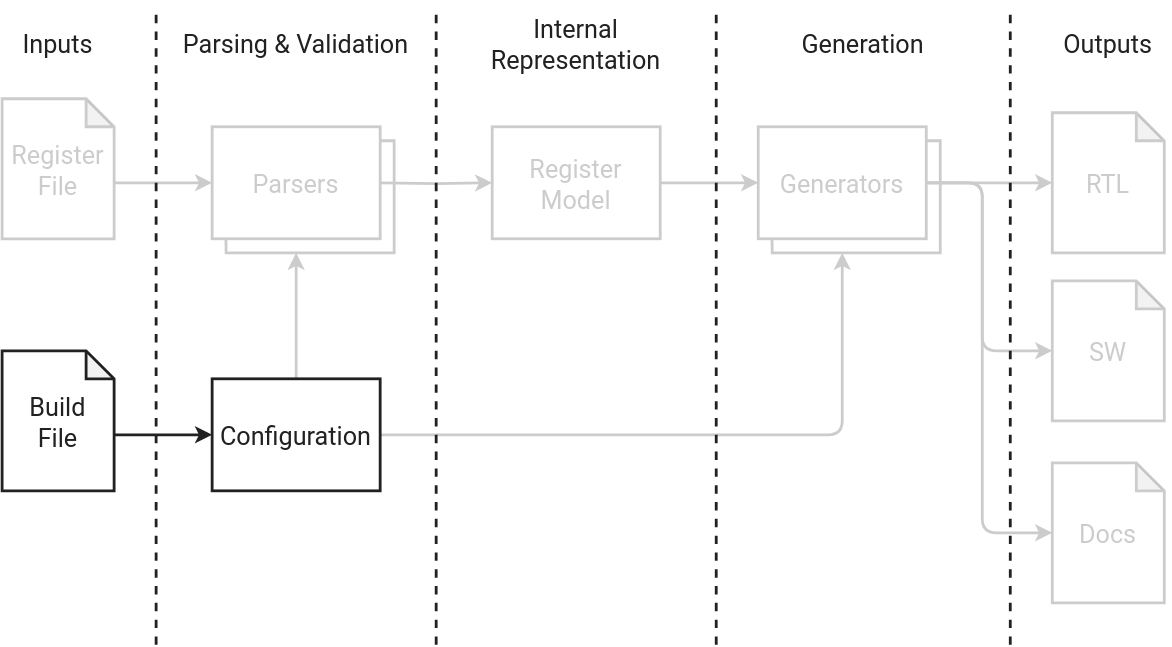
Before: dev/assets/images/flow-build-specification.drawio.svg, a diagram exported from draw.io (corsair-csr/corsair-csr). Source tidied: cells renumbered, new cells last; positions are measured from the earlier drawing's top-left corner, leaving out a move shared by most shapes.
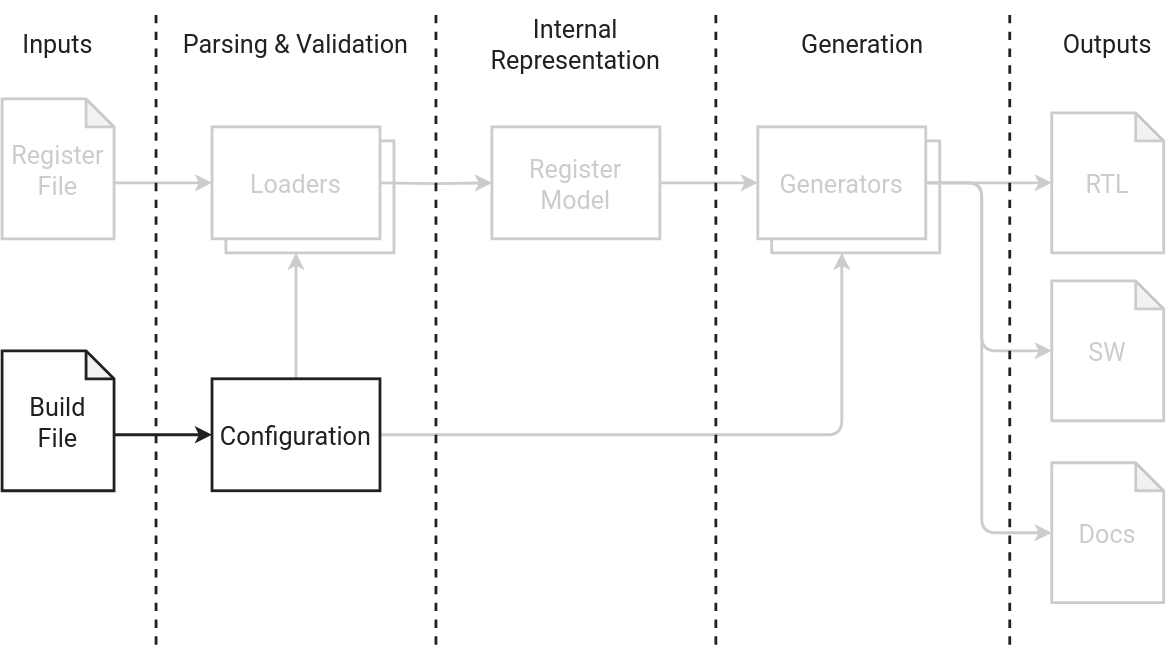
After the commit.

Change to the diagram source:
```diff
@@ -129,7 +129,7 @@
     <mxCell id="28" style="group;rounded=0;shadow=0;strokeColor=none;strokeWidth=2;align=center;verticalAlign=middle;fontFamily=Roboto;fontSource=https%3A%2F%2Ffonts.googleapis.com%2Fcss%3Ffamily%3DRoboto;fontSize=18;fontColor=#212121;fontStyle=0;fillColor=none;" parent="1" vertex="1">
       <mxGeometry x="150" y="90" width="130" height="90" as="geometry" />
     </mxCell>
-    <mxCell id="29" value="Parsers" style="rounded=1;shadow=0;strokeColor=#CCCCCC;strokeWidth=2;align=center;verticalAlign=middle;fontFamily=Roboto;fontSize=18;fontColor=#CCCCCC;fontStyle=0;fillColor=none;arcSize=0;fontSource=https%3A%2F%2Ffonts.googleapis.com%2Fcss%3Ffamily%3DRoboto;textShadow=0;" parent="28" vertex="1">
+    <mxCell id="29" value="Loaders" style="rounded=1;shadow=0;strokeColor=#CCCCCC;strokeWidth=2;align=center;verticalAlign=middle;fontFamily=Roboto;fontSize=18;fontColor=#CCCCCC;fontStyle=0;fillColor=none;arcSize=0;fontSource=https%3A%2F%2Ffonts.googleapis.com%2Fcss%3Ffamily%3DRoboto;textShadow=0;" parent="28" vertex="1">
       <mxGeometry width="120" height="80" as="geometry" />
     </mxCell>
     <mxCell id="30" style="endArrow=none;rounded=0;fontFamily=Roboto;fontSize=18;fontColor=#212121;fontStyle=0;strokeWidth=2;entryX=1;entryY=0.125;entryDx=0;entryDy=0;entryPerimeter=0;shadow=0;strokeColor=#CCCCCC;align=center;verticalAlign=middle;fillColor=none;fontSource=https%3A%2F%2Ffonts.googleapis.com%2Fcss%3Ffamily%3DRoboto;textShadow=0;exitX=0.082;exitY=1.003;exitDx=0;exitDy=0;exitPerimeter=0;curved=0;" parent="28" edge="1" source="29" target="29">
```
